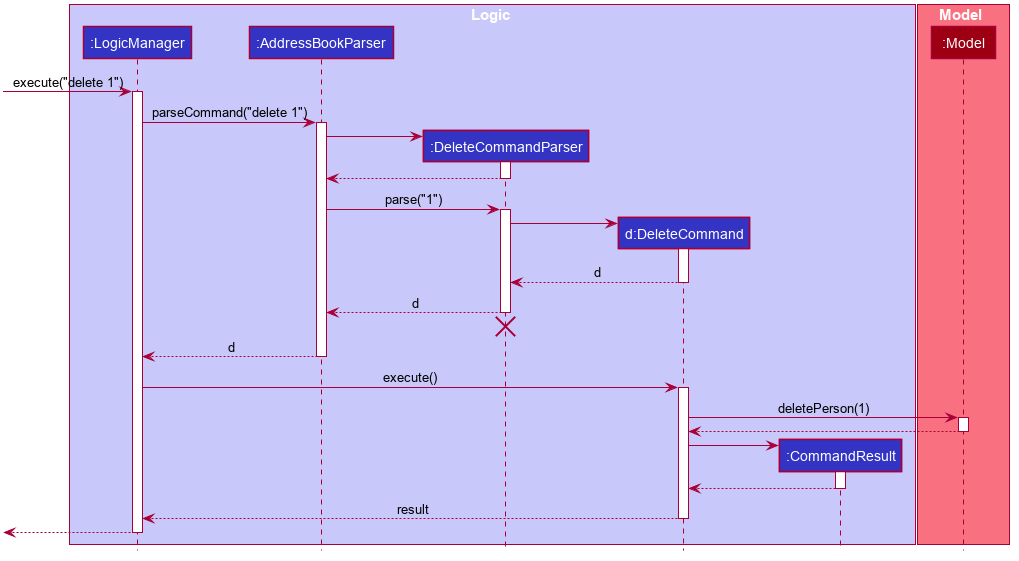
This is docs/images/DeleteSequenceDiagram.png from se-edu/addressbook-level3, a PlantUML export, as it was before one commit.
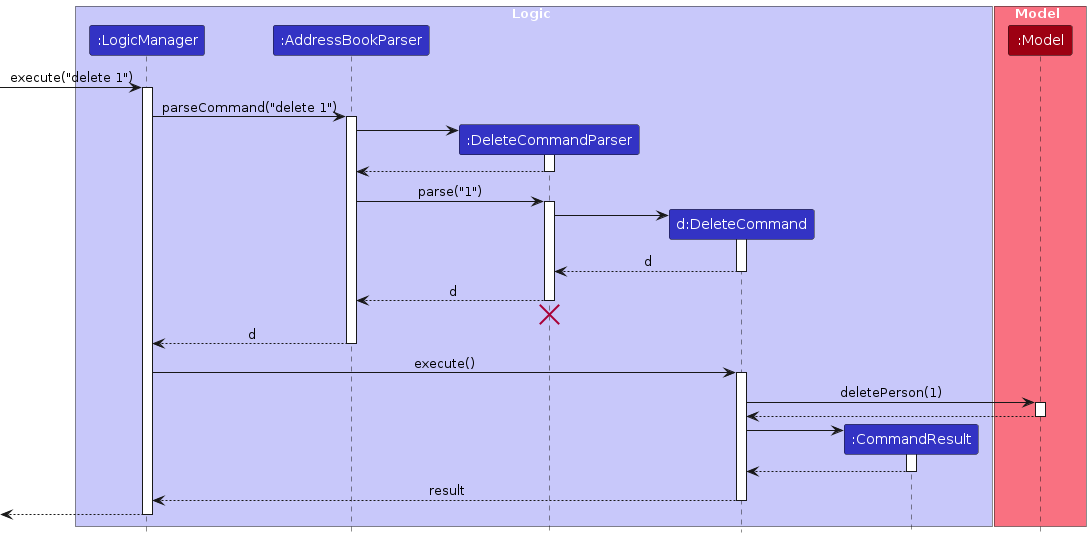
The same file after the commit.

Change to the diagram source:
```diff
@@ -1,63 +1,16 @@
 @startuml
+!include style.puml
 
-
-
-
-
-
-
-
-skinparam BackgroundColor #FFFFFFF
-
-skinparam Shadowing false
-
-skinparam Class {
-    FontColor #FFFFFF
-    BorderThickness 1
-    BorderColor #FFFFFF
-    StereotypeFontColor #FFFFFF
-    FontName Arial
-}
-
-skinparam Actor {
-    BorderColor #000000
-    Color #000000
-    FontName Arial
-}
-
-skinparam Sequence {
-    MessageAlign center
-    BoxFontSize 15
-    BoxPadding 0
-    BoxFontColor #FFFFFF
-    FontName Arial
-}
-
-skinparam Participant {
-    FontColor #FFFFFFF
-    Padding 20
-}
-
-skinparam MinClassWidth 50
-skinparam ParticipantPadding 10
-skinparam Shadowing false
-skinparam DefaultTextAlignment center
-skinparam packageStyle Rectangle
-
-hide footbox
-hide members
-hide circle
-
-box Logic #C8C8FA
-participant ":LogicManager" as LogicManager #3333C4
-participant ":AddressBookParser" as AddressBookParser #3333C4
-participant ":DeleteCommandParser" as DeleteCommandParser #3333C4
-participant "d:DeleteCommand" as DeleteCommand #3333C4
-participant ":CommandResult" as CommandResult #3333C4
+box Logic LOGIC_COLOR_T1
+participant ":LogicManager" as LogicManager LOGIC_COLOR
+participant ":AddressBookParser" as AddressBookParser LOGIC_COLOR
+participant ":DeleteCommandParser" as DeleteCommandParser LOGIC_COLOR
+participant "d:DeleteCommand" as DeleteCommand LOGIC_COLOR
+participant ":CommandResult" as CommandResult LOGIC_COLOR
 end box
 
-box Model #F97181
-participant ":Model" as Model #9D0012
+box Model MODEL_COLOR_T1
+participant ":Model" as Model MODEL_COLOR
 end box
 
 [-> LogicManager : execute("delete 1")
```
